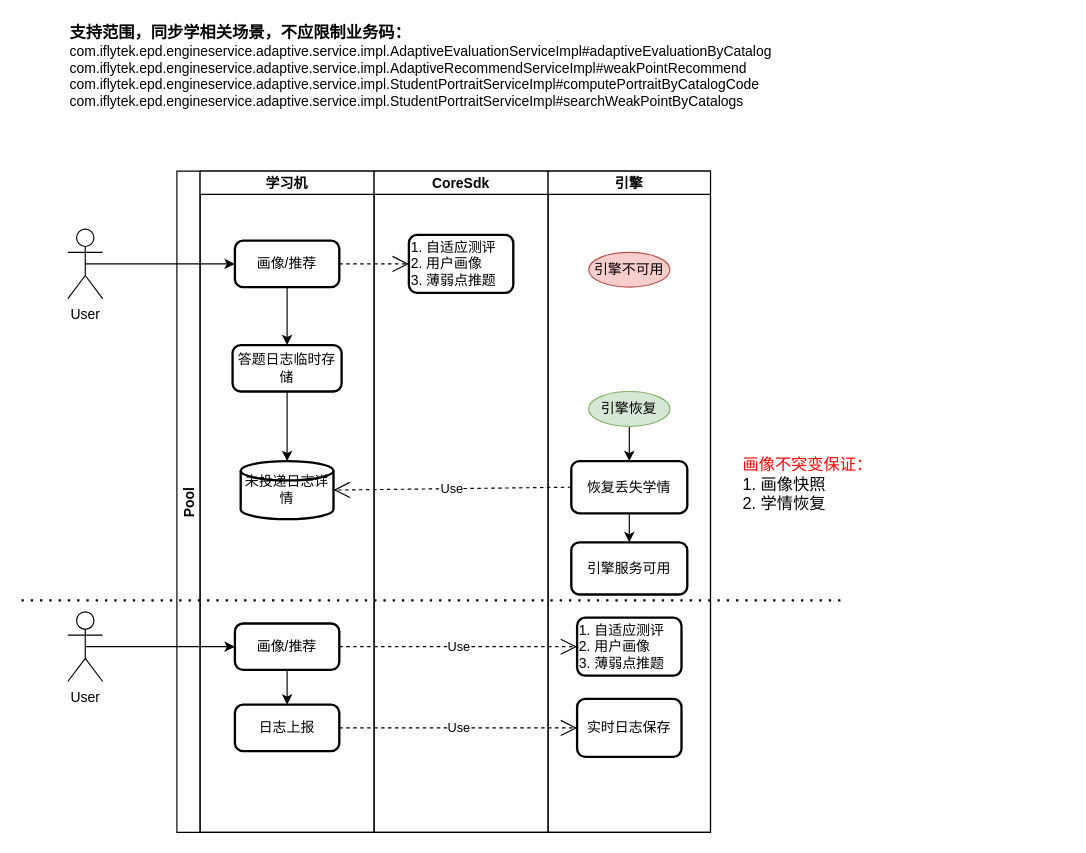
Before: 同步学兜底.drawio in Hitooooo/docs-my, a draw.io diagram. Source tidied: cells renumbered, new cells numbered last; positions are measured from the earlier drawing's top-left corner, leaving out a move shared by most shapes. Both pictures are drawn from the tidied source at 116%, with x=0, y=0 at pixel (21, 20).
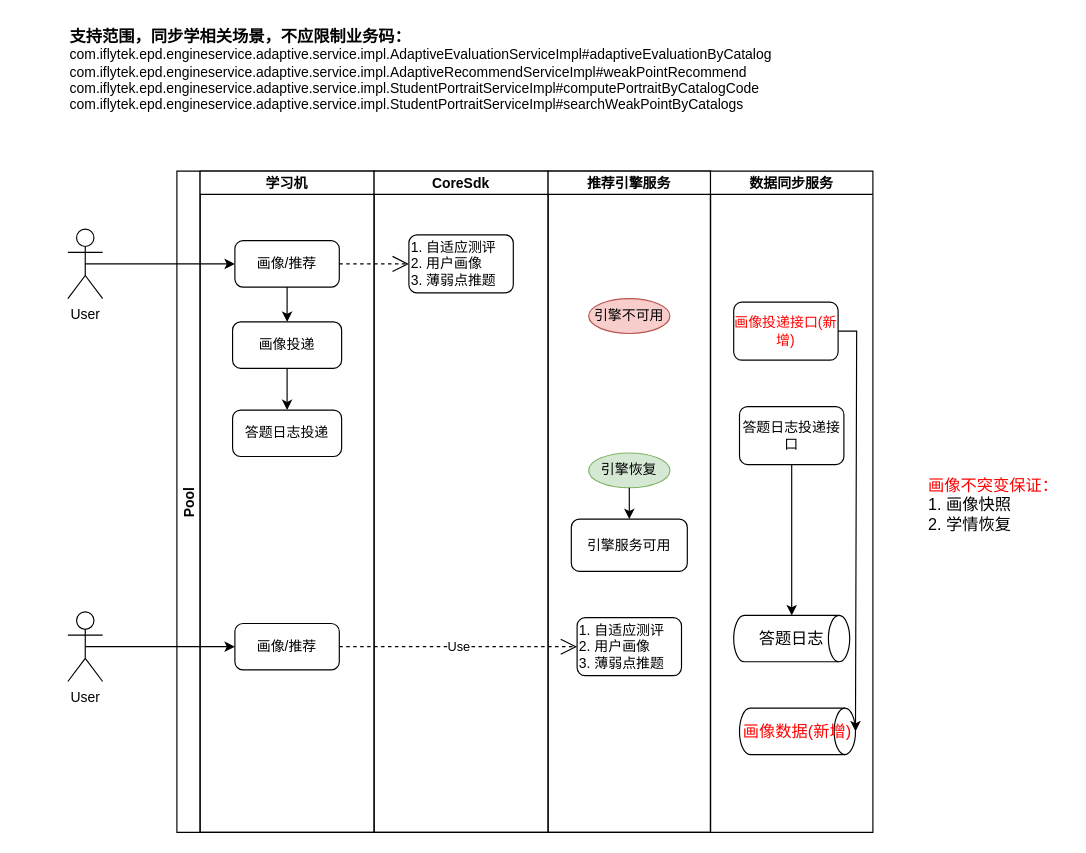
After the change.

Commit message:
更新同步学兜底.drawio

Unchanged cells that the change refers to:
```xml
<mxCell id="28" value="User" style="shape=umlActor;verticalLabelPosition=bottom;verticalAlign=top;html=1;outlineConnect=0;strokeWidth=1;" parent="1" vertex="1">
  <mxGeometry x="40" y="180" width="30" height="60" as="geometry" />
</mxCell>
<mxCell id="30" value="User" style="shape=umlActor;verticalLabelPosition=bottom;verticalAlign=top;html=1;outlineConnect=0;strokeWidth=1;" parent="1" vertex="1">
  <mxGeometry x="40" y="510" width="30" height="60" as="geometry" />
</mxCell>
```

What changed in the source:
```diff
@@
-    <mxCell id="2" value="Pool" style="swimlane;startSize=20;horizontal=0;" parent="1" vertex="1">
+    <mxCell id="2" value="Pool" style="swimlane;startSize=20;horizontal=0;strokeWidth=1;" parent="1" vertex="1">
       <mxGeometry x="134" y="130" width="460" height="570" as="geometry" />
     </mxCell>
-    <mxCell id="3" value="学习机" style="swimlane;startSize=20;" parent="2" vertex="1">
+    <mxCell id="3" value="学习机" style="swimlane;startSize=20;strokeWidth=1;" parent="2" vertex="1">
       <mxGeometry x="20" width="150" height="570" as="geometry" />
     </mxCell>
-    <mxCell id="4" style="edgeStyle=orthogonalEdgeStyle;rounded=0;jettySize=auto;html=1;exitX=0.5;exitY=1;exitDx=0;exitDy=0;fontFamily=Helvetica;" parent="3" edge="1" source="5" target="7">
+    <mxCell id="4" style="edgeStyle=orthogonalEdgeStyle;rounded=0;jettySize=auto;html=1;exitX=0.5;exitY=1;exitDx=0;exitDy=0;fontFamily=Helvetica;strokeWidth=1;" parent="3" edge="1" source="5" target="7">
       <mxGeometry relative="1" as="geometry" />
     </mxCell>
-    <mxCell id="5" value="画像/推荐" style="rounded=1;whiteSpace=wrap;html=1;absoluteArcSize=1;arcSize=14;strokeWidth=2;" parent="3" vertex="1">
+    <mxCell id="5" value="画像/推荐" style="rounded=1;whiteSpace=wrap;html=1;absoluteArcSize=1;arcSize=14;strokeWidth=1;" parent="3" vertex="1">
       <mxGeometry x="30" y="60" width="90" height="40" as="geometry" />
     </mxCell>
-    <mxCell id="6" style="edgeStyle=orthogonalEdgeStyle;rounded=0;jettySize=auto;html=1;exitX=0.5;exitY=1;exitDx=0;exitDy=0;entryX=0.5;entryY=0;entryDx=0;entryDy=0;entryPerimeter=0;fontFamily=Helvetica;" parent="3" edge="1" source="7" target="8">
+    <mxCell id="6" style="edgeStyle=orthogonalEdgeStyle;rounded=0;jettySize=auto;html=1;exitX=0.5;exitY=1;exitDx=0;exitDy=0;entryX=0.5;entryY=0;entryDx=0;entryDy=0;fontFamily=Helvetica;strokeWidth=1;" parent="3" edge="1" source="7" target="34">
       <mxGeometry relative="1" as="geometry" />
     </mxCell>
-    <mxCell id="7" value="答题日志临时存储" style="rounded=1;whiteSpace=wrap;html=1;absoluteArcSize=1;arcSize=14;strokeWidth=2;fontFamily=Helvetica;" parent="3" vertex="1">
-      <mxGeometry x="28" y="150" width="94" height="40" as="geometry" />
+    <mxCell id="7" value="画像投递" style="rounded=1;whiteSpace=wrap;html=1;absoluteArcSize=1;arcSize=14;strokeWidth=1;fontFamily=Helvetica;" parent="3" vertex="1">
+      <mxGeometry x="28" y="130" width="94" height="40" as="geometry" />
     </mxCell>
-    <mxCell id="8" value="未投递日志详情" style="strokeWidth=2;html=1;shape=mxgraph.flowchart.database;whiteSpace=wrap;fontFamily=Helvetica;" parent="3" vertex="1">
-      <mxGeometry x="35" y="250" width="80" height="50" as="geometry" />
-    </mxCell>
-    <mxCell id="9" style="edgeStyle=orthogonalEdgeStyle;rounded=0;jettySize=auto;html=1;exitX=0.5;exitY=1;exitDx=0;exitDy=0;entryX=0.5;entryY=0;entryDx=0;entryDy=0;fontFamily=Helvetica;" parent="3" edge="1" source="10" target="11">
-      <mxGeometry relative="1" as="geometry" />
-    </mxCell>
-    <mxCell id="10" value="画像/推荐" style="rounded=1;whiteSpace=wrap;html=1;absoluteArcSize=1;arcSize=14;strokeWidth=2;" parent="3" vertex="1">
+    <mxCell id="10" value="画像/推荐" style="rounded=1;whiteSpace=wrap;html=1;absoluteArcSize=1;arcSize=14;strokeWidth=1;" parent="3" vertex="1">
       <mxGeometry x="30" y="390" width="90" height="40" as="geometry" />
     </mxCell>
-    <mxCell id="11" value="日志上报" style="rounded=1;whiteSpace=wrap;html=1;absoluteArcSize=1;arcSize=14;strokeWidth=2;" parent="3" vertex="1">
-      <mxGeometry x="30" y="460" width="90" height="40" as="geometry" />
-    </mxCell>
+    <mxCell id="34" value="答题日志投递" style="rounded=1;whiteSpace=wrap;html=1;absoluteArcSize=1;arcSize=14;strokeWidth=1;fontFamily=Helvetica;" parent="3" vertex="1">
+      <mxGeometry x="28" y="206" width="94" height="40" as="geometry" />
+    </mxCell>
-    <mxCell id="12" value="CoreSdk" style="swimlane;startSize=20;" parent="2" vertex="1">
+    <mxCell id="12" value="CoreSdk" style="swimlane;startSize=20;strokeWidth=1;" parent="2" vertex="1">
       <mxGeometry x="170" width="150" height="570" as="geometry" />
     </mxCell>
-    <mxCell id="13" value="&lt;span&gt;1. 自适应测评&lt;/span&gt;&lt;br&gt;&lt;span&gt;2. 用户画像&lt;/span&gt;&lt;br&gt;&lt;span&gt;3. 薄弱点推题&lt;/span&gt;" style="rounded=1;whiteSpace=wrap;html=1;absoluteArcSize=1;arcSize=14;strokeWidth=2;align=left;" parent="12" vertex="1">
+    <mxCell id="13" value="&lt;span&gt;1. 自适应测评&lt;/span&gt;&lt;br&gt;&lt;span&gt;2. 用户画像&lt;/span&gt;&lt;br&gt;&lt;span&gt;3. 薄弱点推题&lt;/span&gt;" style="rounded=1;whiteSpace=wrap;html=1;absoluteArcSize=1;arcSize=14;strokeWidth=1;align=left;" parent="12" vertex="1">
       <mxGeometry x="30" y="55" width="90" height="50" as="geometry" />
     </mxCell>
+    <mxCell id="23" style="endArrow=open;endSize=12;dashed=1;html=1;rounded=0;fontFamily=Helvetica;exitX=1;exitY=0.5;exitDx=0;exitDy=0;entryX=0;entryY=0.5;entryDx=0;entryDy=0;strokeWidth=1;" parent="2" edge="1" source="5" target="13">
+      <mxGeometry relative="1" as="geometry" />
+    </mxCell>
+    <mxCell id="25" value="Use" style="endArrow=open;endSize=12;dashed=1;html=1;rounded=0;fontFamily=Helvetica;exitX=1;exitY=0.5;exitDx=0;exitDy=0;entryX=0;entryY=0.5;entryDx=0;entryDy=0;strokeWidth=1;" parent="2" edge="1" source="10" target="21">
+      <mxGeometry relative="1" as="geometry" />
+    </mxCell>
-    <mxCell id="14" value="引擎" style="swimlane;startSize=20;" parent="2" vertex="1">
+    <mxCell id="14" value="推荐引擎服务" style="swimlane;startSize=20;strokeWidth=1;" parent="2" vertex="1">
       <mxGeometry x="320" width="140" height="570" as="geometry" />
     </mxCell>
     <mxCell id="15" value="引擎不可用" style="strokeWidth=1;html=1;shape=mxgraph.flowchart.start_1;whiteSpace=wrap;fillColor=#f8cecc;strokeColor=#b85450;" parent="14" vertex="1">
-      <mxGeometry x="35" y="70" width="70" height="30" as="geometry" />
+      <mxGeometry x="35" y="110" width="70" height="30" as="geometry" />
     </mxCell>
-    <mxCell id="16" style="edgeStyle=orthogonalEdgeStyle;rounded=0;jettySize=auto;html=1;exitX=0.5;exitY=1;exitDx=0;exitDy=0;exitPerimeter=0;entryX=0.5;entryY=0;entryDx=0;entryDy=0;fontFamily=Helvetica;" parent="14" edge="1" source="17" target="19">
-      <mxGeometry relative="1" as="geometry" />
-    </mxCell>
     <mxCell id="17" value="引擎恢复" style="strokeWidth=1;html=1;shape=mxgraph.flowchart.start_1;whiteSpace=wrap;fillColor=#d5e8d4;strokeColor=#82b366;" parent="14" vertex="1">
-      <mxGeometry x="35" y="190" width="70" height="30" as="geometry" />
+      <mxGeometry x="35" y="243" width="70" height="30" as="geometry" />
     </mxCell>
-    <mxCell id="18" style="edgeStyle=orthogonalEdgeStyle;rounded=0;jettySize=auto;html=1;exitX=0.5;exitY=1;exitDx=0;exitDy=0;entryX=0.5;entryY=0;entryDx=0;entryDy=0;fontFamily=Helvetica;" parent="14" edge="1" source="19" target="20">
+    <mxCell id="18" style="edgeStyle=orthogonalEdgeStyle;rounded=0;jettySize=auto;html=1;exitX=0.5;exitY=1;exitDx=0;exitDy=0;entryX=0.5;entryY=0;entryDx=0;entryDy=0;fontFamily=Helvetica;exitPerimeter=0;strokeWidth=1;" parent="14" edge="1" source="17" target="20">
       <mxGeometry relative="1" as="geometry" />
     </mxCell>
-    <mxCell id="19" value="恢复丢失学情" style="rounded=1;whiteSpace=wrap;html=1;absoluteArcSize=1;arcSize=14;strokeWidth=2;fontFamily=Helvetica;" parent="14" vertex="1">
-      <mxGeometry x="20" y="250" width="100" height="45" as="geometry" />
-    </mxCell>
-    <mxCell id="20" value="引擎服务可用" style="rounded=1;whiteSpace=wrap;html=1;absoluteArcSize=1;arcSize=14;strokeWidth=2;fontFamily=Helvetica;" parent="14" vertex="1">
-      <mxGeometry x="20" y="320" width="100" height="45" as="geometry" />
+    <mxCell id="20" value="引擎服务可用" style="rounded=1;whiteSpace=wrap;html=1;absoluteArcSize=1;arcSize=14;strokeWidth=1;fontFamily=Helvetica;" parent="14" vertex="1">
+      <mxGeometry x="20" y="300" width="100" height="45" as="geometry" />
     </mxCell>
-    <mxCell id="21" value="&lt;span&gt;1. 自适应测评&lt;/span&gt;&lt;br&gt;&lt;span&gt;2. 用户画像&lt;/span&gt;&lt;br&gt;&lt;span&gt;3. 薄弱点推题&lt;/span&gt;" style="rounded=1;whiteSpace=wrap;html=1;absoluteArcSize=1;arcSize=14;strokeWidth=2;align=left;" parent="14" vertex="1">
+    <mxCell id="21" value="&lt;span&gt;1. 自适应测评&lt;/span&gt;&lt;br&gt;&lt;span&gt;2. 用户画像&lt;/span&gt;&lt;br&gt;&lt;span&gt;3. 薄弱点推题&lt;/span&gt;" style="rounded=1;whiteSpace=wrap;html=1;absoluteArcSize=1;arcSize=14;strokeWidth=1;align=left;" parent="14" vertex="1">
       <mxGeometry x="25" y="385" width="90" height="50" as="geometry" />
     </mxCell>
-    <mxCell id="22" value="实时日志保存" style="rounded=1;whiteSpace=wrap;html=1;absoluteArcSize=1;arcSize=14;strokeWidth=2;fontFamily=Helvetica;" parent="14" vertex="1">
-      <mxGeometry x="25" y="455" width="90" height="50" as="geometry" />
-    </mxCell>
-    <mxCell id="23" style="endArrow=open;endSize=12;dashed=1;html=1;rounded=0;fontFamily=Helvetica;exitX=1;exitY=0.5;exitDx=0;exitDy=0;entryX=0;entryY=0.5;entryDx=0;entryDy=0;" parent="2" edge="1" source="5" target="13">
-      <mxGeometry relative="1" as="geometry" />
-    </mxCell>
-    <mxCell id="24" value="Use" style="endArrow=open;endSize=12;dashed=1;html=1;rounded=0;fontFamily=Helvetica;exitX=0;exitY=0.5;exitDx=0;exitDy=0;entryX=1;entryY=0.5;entryDx=0;entryDy=0;entryPerimeter=0;" parent="2" edge="1" source="19" target="8">
-      <mxGeometry relative="1" as="geometry" />
-    </mxCell>
-    <mxCell id="25" value="Use" style="endArrow=open;endSize=12;dashed=1;html=1;rounded=0;fontFamily=Helvetica;exitX=1;exitY=0.5;exitDx=0;exitDy=0;entryX=0;entryY=0.5;entryDx=0;entryDy=0;" parent="2" edge="1" source="10" target="21">
-      <mxGeometry relative="1" as="geometry" />
-    </mxCell>
-    <mxCell id="26" value="Use" style="endArrow=open;endSize=12;dashed=1;html=1;rounded=0;fontFamily=Helvetica;exitX=1;exitY=0.5;exitDx=0;exitDy=0;entryX=0;entryY=0.5;entryDx=0;entryDy=0;" parent="2" edge="1" source="11" target="22">
-      <mxGeometry relative="1" as="geometry" />
-    </mxCell>
-    <mxCell id="27" style="edgeStyle=orthogonalEdgeStyle;rounded=0;jettySize=auto;html=1;exitX=0.5;exitY=0.5;exitDx=0;exitDy=0;exitPerimeter=0;entryX=0;entryY=0.5;entryDx=0;entryDy=0;fontFamily=Helvetica;" parent="1" edge="1" source="28" target="5">
+    <mxCell id="27" style="edgeStyle=orthogonalEdgeStyle;rounded=0;jettySize=auto;html=1;exitX=0.5;exitY=0.5;exitDx=0;exitDy=0;exitPerimeter=0;entryX=0;entryY=0.5;entryDx=0;entryDy=0;fontFamily=Helvetica;strokeWidth=1;" parent="1" edge="1" source="28" target="5">
       <mxGeometry relative="1" as="geometry" />
     </mxCell>
@@
-    <mxCell id="29" style="edgeStyle=orthogonalEdgeStyle;rounded=0;jettySize=auto;html=1;exitX=0.5;exitY=0.5;exitDx=0;exitDy=0;exitPerimeter=0;entryX=0;entryY=0.5;entryDx=0;entryDy=0;fontFamily=Helvetica;" parent="1" edge="1" source="30" target="10">
+    <mxCell id="29" style="edgeStyle=orthogonalEdgeStyle;rounded=0;jettySize=auto;html=1;exitX=0.5;exitY=0.5;exitDx=0;exitDy=0;exitPerimeter=0;entryX=0;entryY=0.5;entryDx=0;entryDy=0;fontFamily=Helvetica;strokeWidth=1;" parent="1" edge="1" source="30" target="10">
       <mxGeometry relative="1" as="geometry" />
     </mxCell>
@@
-    <mxCell id="31" style="endArrow=none;dashed=1;html=1;dashPattern=1 3;strokeWidth=2;rounded=0;fontFamily=Helvetica;" parent="1" edge="1">
-      <mxGeometry relative="1" as="geometry">
-        <mxPoint y="500" as="sourcePoint" />
-        <mxPoint x="710" y="500" as="targetPoint" />
-      </mxGeometry>
-    </mxCell>
-    <mxCell id="32" value="&lt;b&gt;&lt;font style=&quot;font-size: 14px&quot;&gt;支持范围，同步学相关场景，不应限制业务码：&lt;/font&gt;&lt;/b&gt;&lt;br&gt;com.iflytek.epd.engineservice.adaptive.service.impl.AdaptiveEvaluationServiceImpl#adaptiveEvaluationByCatalog&lt;br&gt;com.iflytek.epd.engineservice.adaptive.service.impl.AdaptiveRecommendServiceImpl#weakPointRecommend&lt;br&gt;com.iflytek.epd.engineservice.adaptive.service.impl.StudentPortraitServiceImpl#computePortraitByCatalogCode&lt;br&gt;com.iflytek.epd.engineservice.adaptive.service.impl.StudentPortraitServiceImpl#searchWeakPointByCatalogs" style="text;html=1;strokeColor=none;fillColor=none;align=left;verticalAlign=middle;whiteSpace=wrap;rounded=0;fontFamily=Helvetica;" parent="1" vertex="1">
-      <mxGeometry x="40" width="616" height="80" as="geometry" />
+    <mxCell id="32" value="&lt;b&gt;&lt;font style=&quot;font-size: 14px&quot;&gt;支持范围，同步学相关场景，不应限制业务码：&lt;/font&gt;&lt;/b&gt;&lt;br&gt;com.iflytek.epd.engineservice.adaptive.service.impl.AdaptiveEvaluationServiceImpl#adaptiveEvaluationByCatalog&lt;br&gt;com.iflytek.epd.engineservice.adaptive.service.impl.AdaptiveRecommendServiceImpl#weakPointRecommend&lt;br&gt;com.iflytek.epd.engineservice.adaptive.service.impl.StudentPortraitServiceImpl#computePortraitByCatalogCode&lt;br&gt;com.iflytek.epd.engineservice.adaptive.service.impl.StudentPortraitServiceImpl#searchWeakPointByCatalogs" style="text;html=1;strokeColor=none;fillColor=none;align=left;verticalAlign=middle;whiteSpace=wrap;rounded=0;fontFamily=Helvetica;strokeWidth=1;" parent="1" vertex="1">
+      <mxGeometry x="40" y="3" width="616" height="80" as="geometry" />
     </mxCell>
-    <mxCell id="33" value="&lt;font color=&quot;#ff0000&quot;&gt;画像不突变保证：&lt;br&gt;&lt;/font&gt;1. 画像快照&lt;br&gt;2. 学情恢复" style="text;html=1;strokeColor=none;fillColor=none;align=left;verticalAlign=middle;whiteSpace=wrap;rounded=0;fontFamily=Helvetica;fontSize=14;" parent="1" vertex="1">
-      <mxGeometry x="620" y="370" width="120" height="60" as="geometry" />
+    <mxCell id="33" value="&lt;font color=&quot;#ff0000&quot;&gt;画像不突变保证：&lt;br&gt;&lt;/font&gt;1. 画像快照&lt;br&gt;2. 学情恢复" style="text;html=1;strokeColor=none;fillColor=none;align=left;verticalAlign=middle;whiteSpace=wrap;rounded=0;fontFamily=Helvetica;fontSize=14;strokeWidth=1;" parent="1" vertex="1">
+      <mxGeometry x="780" y="388" width="120" height="60" as="geometry" />
     </mxCell>
+    <mxCell id="35" value="数据同步服务" style="swimlane;startSize=20;strokeWidth=1;" parent="1" vertex="1">
+      <mxGeometry x="594" y="130" width="140" height="570" as="geometry" />
+    </mxCell>
+    <mxCell id="36" value="画像数据(新增)" style="strokeWidth=1;html=1;shape=mxgraph.flowchart.direct_data;whiteSpace=wrap;fontFamily=Helvetica;fontSize=14;fontColor=#FF0000;" parent="35" vertex="1">
+      <mxGeometry x="25" y="463" width="100" height="40" as="geometry" />
+    </mxCell>
+    <mxCell id="37" value="&lt;font color=&quot;#000000&quot;&gt;答题日志&lt;/font&gt;" style="strokeWidth=1;html=1;shape=mxgraph.flowchart.direct_data;whiteSpace=wrap;fontFamily=Helvetica;fontSize=14;fontColor=#FF0000;" parent="35" vertex="1">
+      <mxGeometry x="20" y="383" width="100" height="40" as="geometry" />
+    </mxCell>
+    <mxCell id="38" style="edgeStyle=orthogonalEdgeStyle;rounded=0;jettySize=auto;html=1;exitX=1;exitY=0.5;exitDx=0;exitDy=0;entryX=1;entryY=0.5;entryDx=0;entryDy=0;entryPerimeter=0;fontFamily=Helvetica;fontSize=14;fontColor=#000000;strokeWidth=1;jumpStyle=arc;" parent="35" edge="1" source="39" target="36">
+      <mxGeometry relative="1" as="geometry">
+        <Array as="points">
+          <mxPoint x="126" y="138" />
+          <mxPoint x="126" y="403" />
+          <mxPoint x="125" y="403" />
+        </Array>
+      </mxGeometry>
+    </mxCell>
+    <mxCell id="39" value="&lt;font color=&quot;#ff0000&quot;&gt;画像投递接口(新增)&lt;/font&gt;" style="rounded=1;whiteSpace=wrap;html=1;absoluteArcSize=1;arcSize=14;strokeWidth=1;fontFamily=Helvetica;" parent="35" vertex="1">
+      <mxGeometry x="20" y="113" width="90" height="50" as="geometry" />
+    </mxCell>
+    <mxCell id="40" style="edgeStyle=orthogonalEdgeStyle;rounded=0;jumpStyle=arc;jettySize=auto;html=1;exitX=0.5;exitY=1;exitDx=0;exitDy=0;entryX=0.5;entryY=0;entryDx=0;entryDy=0;entryPerimeter=0;fontFamily=Helvetica;fontSize=14;fontColor=#FF0000;strokeWidth=1;" parent="35" edge="1" source="41" target="37">
+      <mxGeometry relative="1" as="geometry" />
+    </mxCell>
+    <mxCell id="41" value="答题日志投递接口" style="rounded=1;whiteSpace=wrap;html=1;absoluteArcSize=1;arcSize=14;strokeWidth=1;fontFamily=Helvetica;" parent="35" vertex="1">
+      <mxGeometry x="25" y="203" width="90" height="50" as="geometry" />
+    </mxCell>
```
